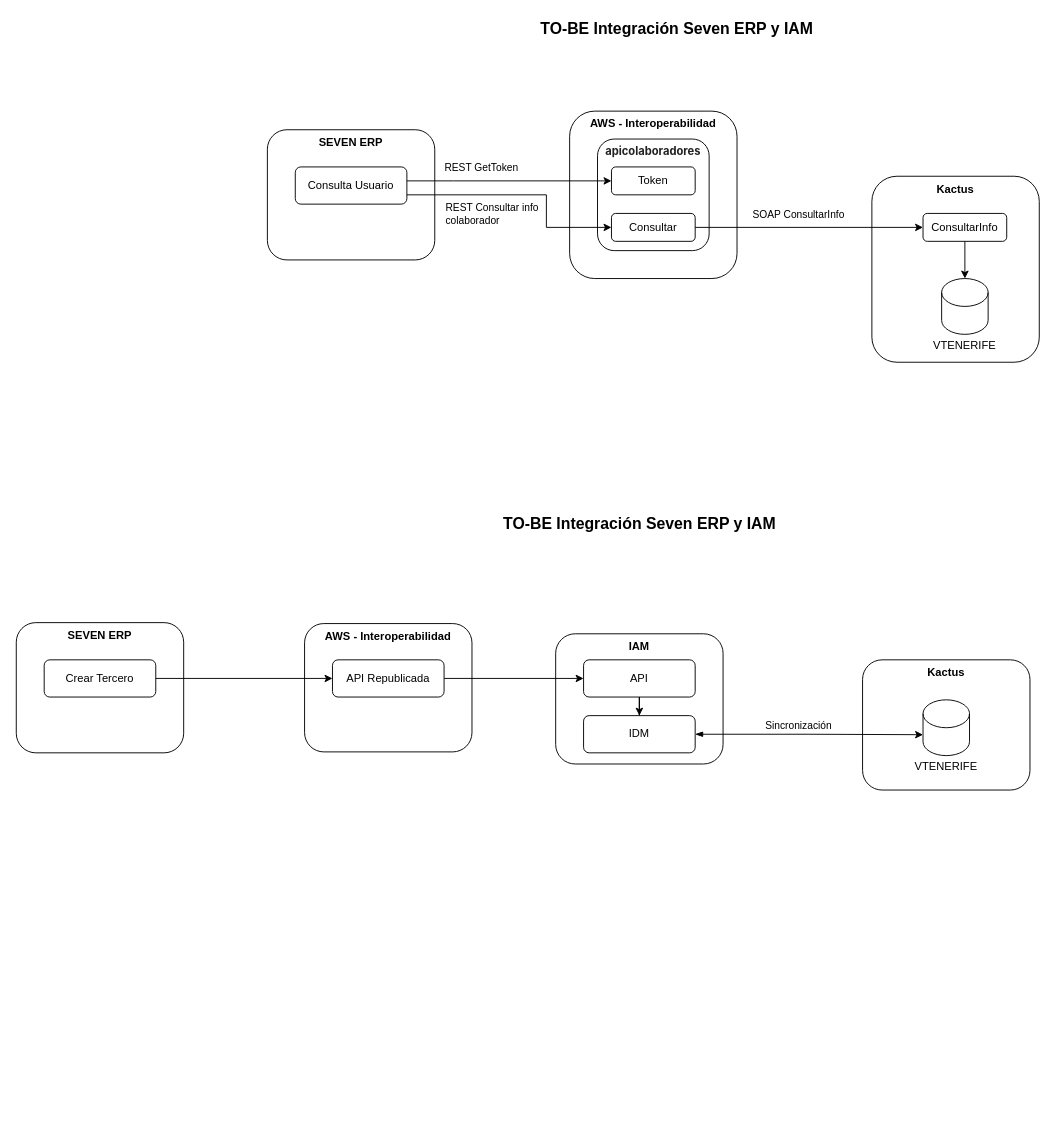
Above: page "TO-BE" (2 of 2) of IAM-Seven.drawio in carlosvalderrama1204/diagrams (draw.io), before the change. Source tidied: cells renumbered, new cells numbered last; positions are measured from the earlier drawing's top-left corner, leaving out a move shared by most shapes. Both pictures are drawn from the tidied source at 93%, with x=0, y=0 at pixel (16, 16).
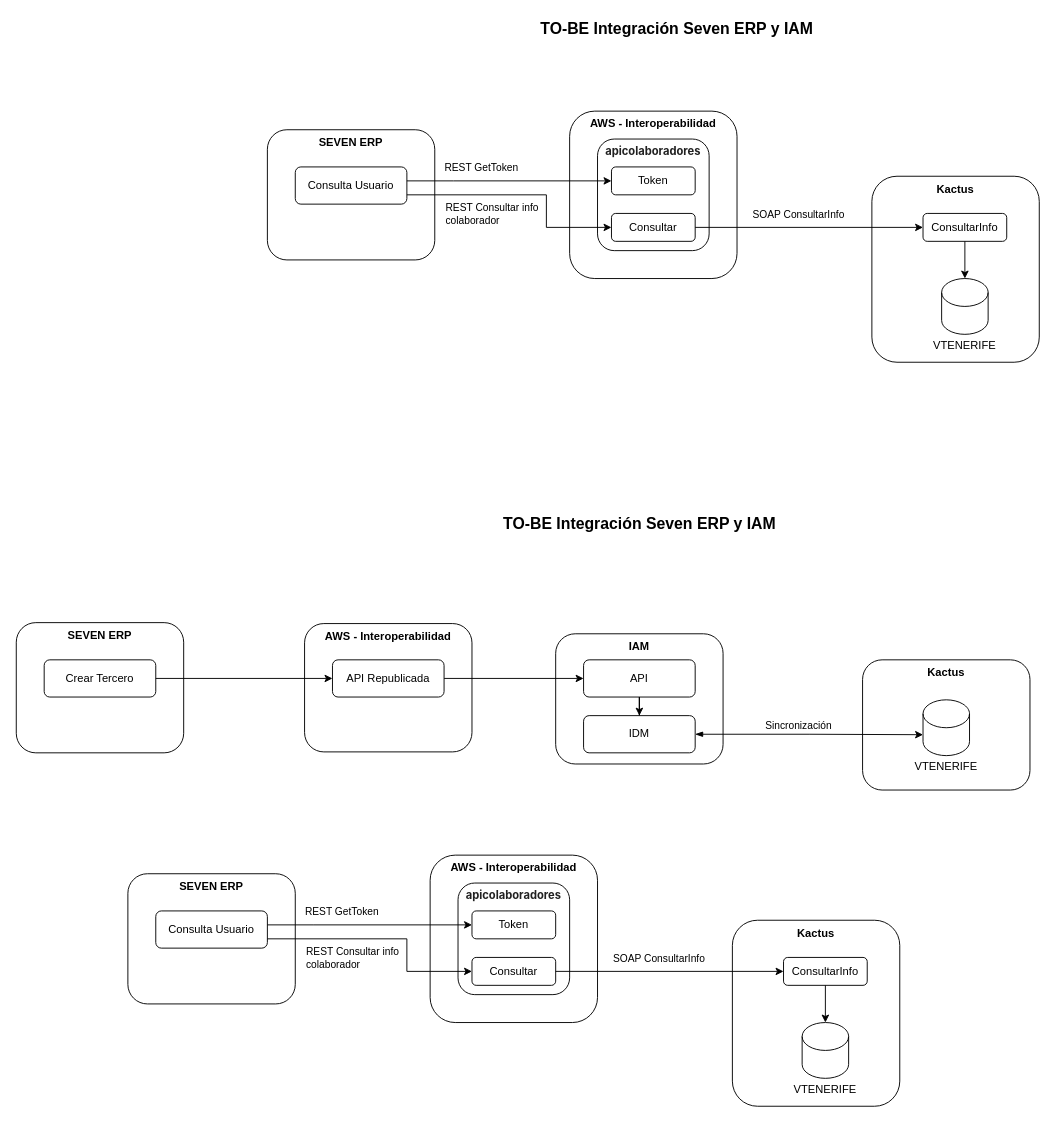
Above is the later version.

The edit, as a diff of the source:
```diff
@@
+    <mxCell id="34" value="&lt;span&gt;SEVEN ERP&lt;/span&gt;" style="rounded=1;whiteSpace=wrap;html=1;verticalAlign=top;fontStyle=1;" parent="1" vertex="1">
+      <mxGeometry x="120" y="922" width="180" height="140" as="geometry" />
+    </mxCell>
+    <mxCell id="35" value="&lt;span&gt;AWS - Interoperabilidad&lt;/span&gt;" style="rounded=1;whiteSpace=wrap;html=1;verticalAlign=top;fontStyle=1;" parent="1" vertex="1">
+      <mxGeometry x="445" y="902" width="180" height="180" as="geometry" />
+    </mxCell>
+    <mxCell id="36" value="Consulta Usuario" style="rounded=1;whiteSpace=wrap;html=1;" parent="1" vertex="1">
+      <mxGeometry x="150" y="962" width="120" height="40" as="geometry" />
+    </mxCell>
+    <mxCell id="37" value="&lt;span style=&quot;color: rgb(33, 33, 33); font-family: Inter, system-ui, -apple-system, BlinkMacSystemFont, &amp;quot;Segoe UI&amp;quot;, Roboto, Oxygen, Ubuntu, Cantarell, &amp;quot;Fira Sans&amp;quot;, &amp;quot;Droid Sans&amp;quot;, Helvetica, Arial, sans-serif; white-space-collapse: preserve; background-color: rgb(255, 255, 255);&quot;&gt;apicolaboradores&lt;/span&gt;" style="rounded=1;whiteSpace=wrap;html=1;fontStyle=1;verticalAlign=top;align=center;" parent="1" vertex="1">
+      <mxGeometry x="475" y="932" width="120" height="120" as="geometry" />
+    </mxCell>
+    <mxCell id="38" value="Token" style="rounded=1;whiteSpace=wrap;html=1;" parent="1" vertex="1">
+      <mxGeometry x="490" y="962" width="90" height="30" as="geometry" />
+    </mxCell>
+    <mxCell id="39" value="Consultar" style="rounded=1;whiteSpace=wrap;html=1;" parent="1" vertex="1">
+      <mxGeometry x="490" y="1012" width="90" height="30" as="geometry" />
+    </mxCell>
+    <mxCell id="40" style="edgeStyle=orthogonalEdgeStyle;rounded=0;jettySize=auto;html=1;entryX=0;entryY=0.5;entryDx=0;entryDy=0;" parent="1" edge="1" source="36" target="38">
+      <mxGeometry relative="1" as="geometry">
+        <Array as="points">
+          <mxPoint x="320" y="977" />
+          <mxPoint x="320" y="977" />
+        </Array>
+      </mxGeometry>
+    </mxCell>
+    <mxCell id="41" value="REST GetToken" style="edgeLabel;html=1;align=center;verticalAlign=middle;" parent="40" vertex="1">
+      <mxGeometry x="-0.3" y="3" relative="1" as="geometry">
+        <mxPoint x="2" y="-12" as="offset" />
+      </mxGeometry>
+    </mxCell>
+    <mxCell id="42" style="edgeStyle=orthogonalEdgeStyle;rounded=0;jettySize=auto;html=1;entryX=0;entryY=0.5;entryDx=0;entryDy=0;" parent="1" edge="1" source="36" target="39">
+      <mxGeometry relative="1" as="geometry">
+        <Array as="points">
+          <mxPoint x="420" y="992" />
+          <mxPoint x="420" y="1027" />
+        </Array>
+      </mxGeometry>
+    </mxCell>
+    <mxCell id="43" value="REST Consultar info&amp;nbsp;&lt;div&gt;colaborador&lt;/div&gt;" style="edgeLabel;html=1;align=left;verticalAlign=middle;" parent="42" vertex="1">
+      <mxGeometry x="-0.57" y="-4" relative="1" as="geometry">
+        <mxPoint x="-15" y="16" as="offset" />
+      </mxGeometry>
+    </mxCell>
+    <mxCell id="44" value="&lt;span&gt;Kactus&lt;/span&gt;" style="rounded=1;whiteSpace=wrap;html=1;verticalAlign=top;fontStyle=1;" parent="1" vertex="1">
+      <mxGeometry x="770" y="972" width="180" height="200" as="geometry" />
+    </mxCell>
+    <mxCell id="45" value="&lt;div&gt;&lt;br&gt;&lt;/div&gt;&lt;div&gt;&lt;br&gt;&lt;/div&gt;&lt;div&gt;&lt;br&gt;&lt;/div&gt;&lt;div&gt;&lt;br&gt;&lt;/div&gt;VTENERIFE" style="shape=cylinder3;whiteSpace=wrap;html=1;boundedLbl=1;backgroundOutline=1;size=15;" parent="1" vertex="1">
+      <mxGeometry x="845" y="1082" width="50" height="60" as="geometry" />
+    </mxCell>
+    <mxCell id="46" value="ConsultarInfo" style="rounded=1;whiteSpace=wrap;html=1;" parent="1" vertex="1">
+      <mxGeometry x="825" y="1012" width="90" height="30" as="geometry" />
+    </mxCell>
+    <mxCell id="47" style="edgeStyle=orthogonalEdgeStyle;rounded=0;jettySize=auto;html=1;entryX=0;entryY=0.5;entryDx=0;entryDy=0;" parent="1" edge="1" source="39" target="46">
+      <mxGeometry relative="1" as="geometry" />
+    </mxCell>
+    <mxCell id="48" value="SOAP ConsultarInfo" style="edgeLabel;html=1;align=center;verticalAlign=middle;" parent="47" vertex="1">
+      <mxGeometry x="-0.27" y="-1" relative="1" as="geometry">
+        <mxPoint x="21" y="-16" as="offset" />
+      </mxGeometry>
+    </mxCell>
+    <mxCell id="49" style="edgeStyle=orthogonalEdgeStyle;rounded=0;jettySize=auto;html=1;entryX=0.5;entryY=0;entryDx=0;entryDy=0;entryPerimeter=0;" parent="1" edge="1" source="46" target="45">
+      <mxGeometry relative="1" as="geometry" />
+    </mxCell>
```
